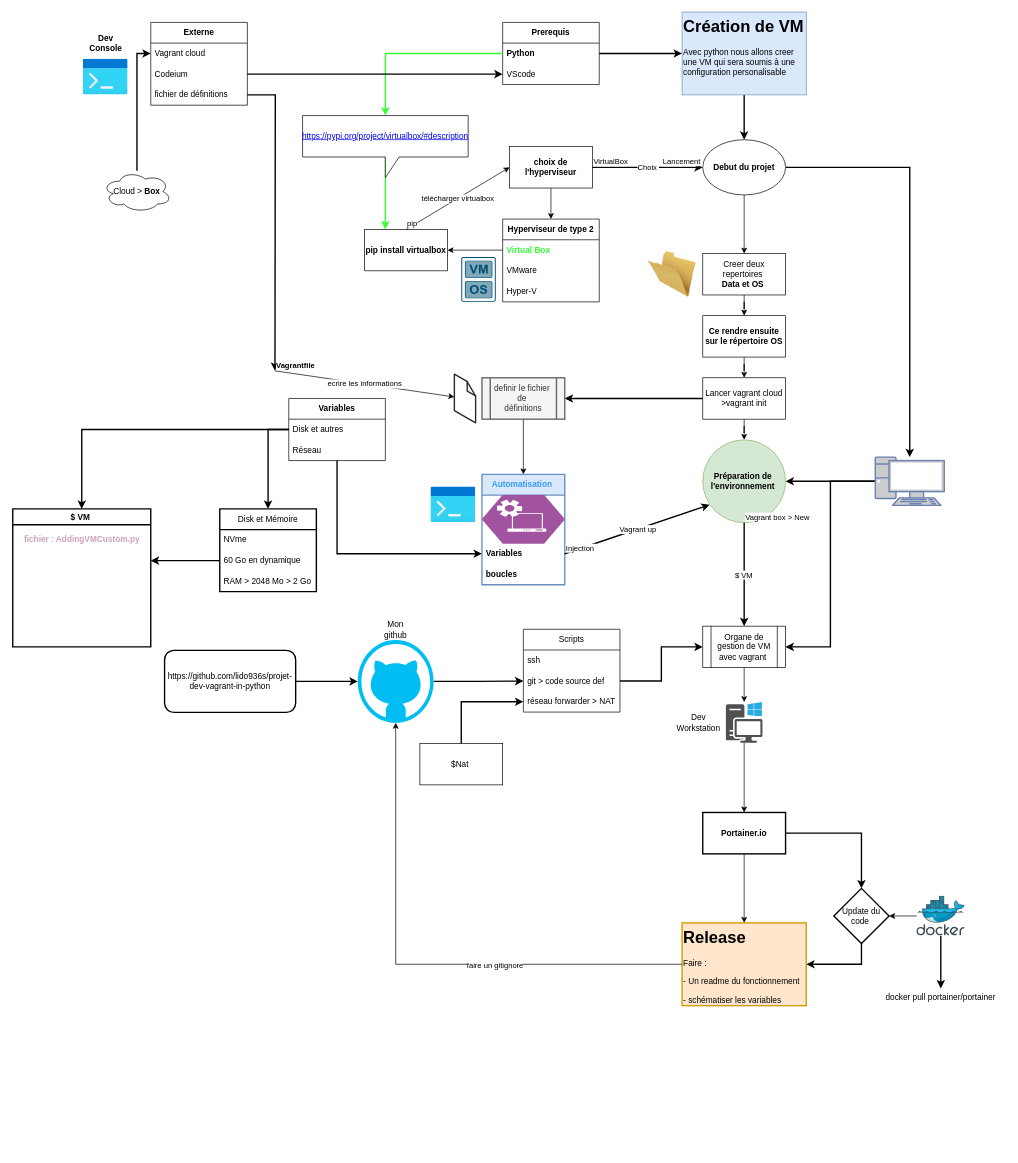
lido936s/projet-dev-vagrant-in-python keeps this draw.io diagram as Infrastructure_Projet.drawio. Above is the earlier version. Source tidied: cells renumbered, new cells numbered last; positions are measured from the earlier drawing's top-left corner, leaving out a move shared by most shapes. Both pictures are drawn from the tidied source at 69%, with x=0, y=0 at pixel (12, 12).
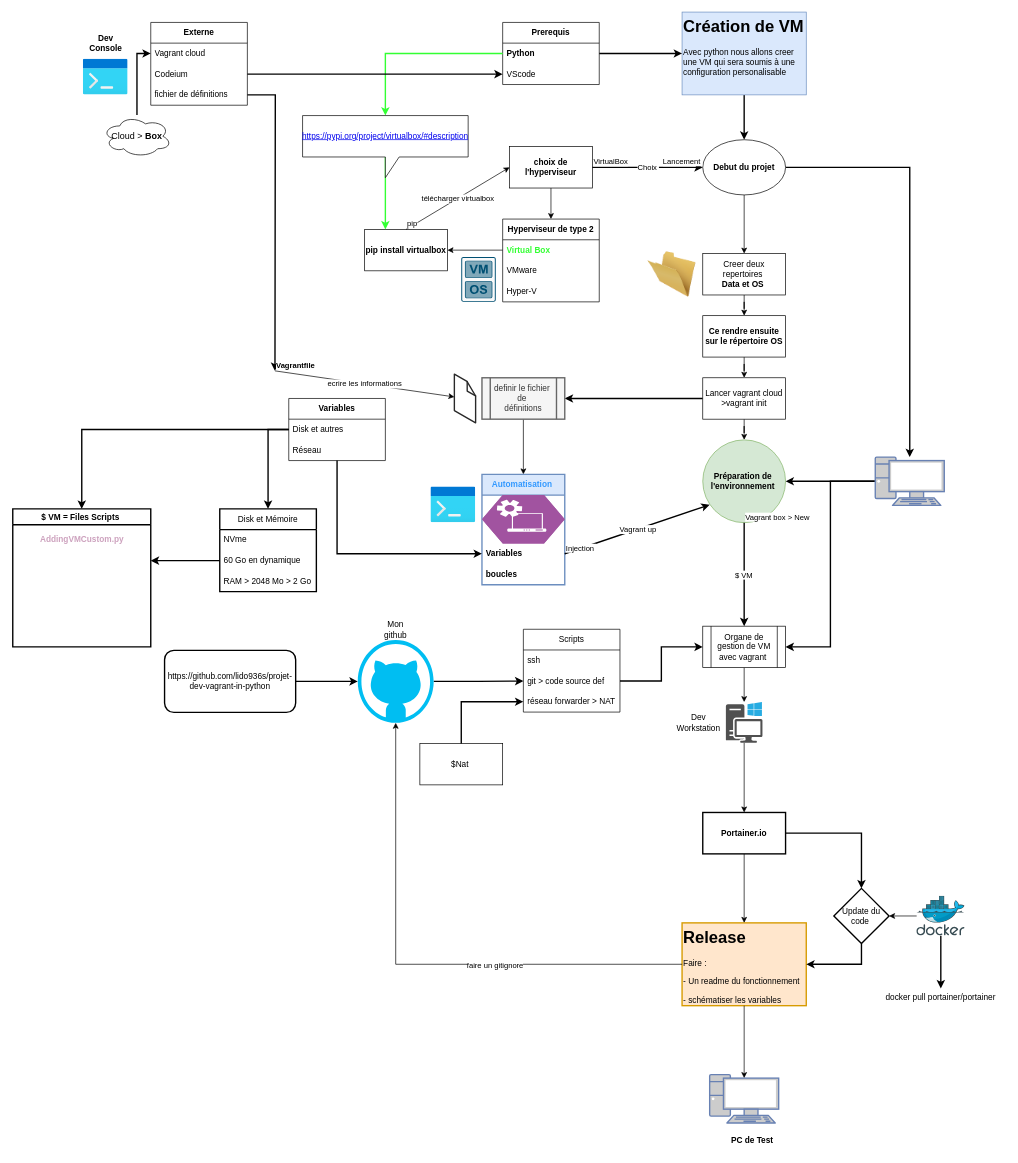
The same diagram, later.

Commit message:
Mettre à jour Infrastructure_Projet.drawio

The change refers to these unchanged cells:
```xml
<mxCell id="90" value="&lt;h1 style=&quot;margin-top: 0px;&quot;&gt;Release&lt;/h1&gt;&lt;p&gt;Faire :&lt;/p&gt;&lt;p&gt;- Un readme du fonctionnement&lt;/p&gt;&lt;p&gt;- schématiser les variables&amp;nbsp;&lt;/p&gt;" style="text;html=1;whiteSpace=wrap;overflow=hidden;rounded=0;fillColor=#ffe6cc;strokeColor=#d79b00;strokeWidth=2;" parent="1" vertex="1">
  <mxGeometry x="970" y="1320" width="180" height="120" as="geometry" />
</mxCell>
```

Diff of the diagram source:
```diff
@@
-    <mxCell id="73" value="$ VM&amp;nbsp;" style="swimlane;whiteSpace=wrap;html=1;startSize=23;strokeWidth=2;" parent="1" vertex="1">
+    <mxCell id="73" value="$ VM = Files Scripts&amp;nbsp;" style="swimlane;whiteSpace=wrap;html=1;startSize=23;strokeWidth=2;" parent="1" vertex="1">
       <mxGeometry y="720" width="200" height="200" as="geometry" />
     </mxCell>
-    <mxCell id="74" value="&lt;b&gt;&lt;font color=&quot;#cda2be&quot;&gt;&amp;nbsp;fichier : AddingVMCustom.py&amp;nbsp;&lt;/font&gt;&lt;/b&gt;" style="text;html=1;align=center;verticalAlign=middle;strokeColor=none;fillColor=none;" parent="73" vertex="1">
-      <mxGeometry y="30" width="200" height="30" as="geometry" />
+    <mxCell id="74" value="&lt;b&gt;&lt;font color=&quot;#cda2be&quot;&gt;&amp;nbsp;AddingVMCustom.py&amp;nbsp;&lt;/font&gt;&lt;/b&gt;" style="text;html=1;align=center;verticalAlign=middle;strokeColor=none;fillColor=none;" parent="73" vertex="1">
+      <mxGeometry x="25" y="30" width="150" height="30" as="geometry" />
     </mxCell>
@@
-    <mxCell id="104" value="Cloud &amp;gt; &lt;b&gt;Box&lt;/b&gt;" style="ellipse;shape=cloud;whiteSpace=wrap;html=1;align=center;" parent="1" vertex="1">
-      <mxGeometry x="130" y="230" width="100" height="60" as="geometry" />
+    <mxCell id="104" value="Cloud &amp;gt; &lt;b style=&quot;font-size: 13px;&quot;&gt;Box&lt;/b&gt;" style="ellipse;shape=cloud;whiteSpace=wrap;html=1;align=center;fontSize=13;strokeWidth=1;perimeterSpacing=1;" parent="1" vertex="1">
+      <mxGeometry x="130" y="150" width="100" height="60" as="geometry" />
     </mxCell>
@@
+    <mxCell id="111" style="fontColor=#0066CC;verticalAlign=top;verticalLabelPosition=bottom;labelPosition=center;align=center;html=1;outlineConnect=0;fillColor=#CCCCCC;strokeColor=#6881B3;gradientColor=none;gradientDirection=north;strokeWidth=2;shape=mxgraph.networks.pc;" parent="1" vertex="1">
+      <mxGeometry x="1010" y="1540" width="100" height="70" as="geometry" />
+    </mxCell>
+    <mxCell id="112" style="edgeStyle=orthogonalEdgeStyle;rounded=0;jettySize=auto;html=1;entryX=0.5;entryY=0.07;entryDx=0;entryDy=0;entryPerimeter=0;" parent="1" edge="1" source="90" target="111">
+      <mxGeometry relative="1" as="geometry" />
+    </mxCell>
+    <mxCell id="113" value="PC de Test&amp;nbsp;" style="text;html=1;align=center;verticalAlign=middle;whiteSpace=wrap;rounded=0;fontStyle=1;" parent="1" vertex="1">
+      <mxGeometry x="1010" y="1620" width="126.5" height="30" as="geometry" />
+    </mxCell>
```
